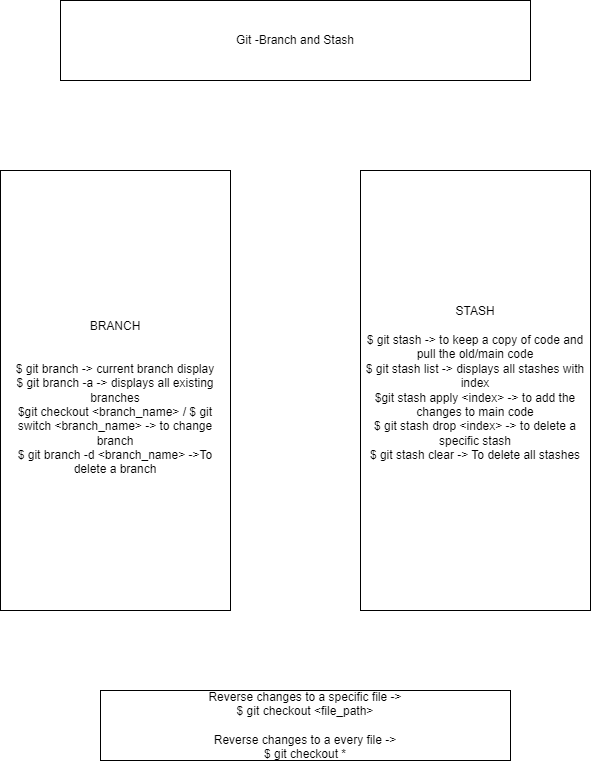
The draw.io diagram GitBash Part2.drawio.png in instructorLikith/MicroDegree, before a commit. Source tidied: cells renumbered, new cells last; positions are measured from the earlier drawing's top-left corner, leaving out a move shared by most shapes.
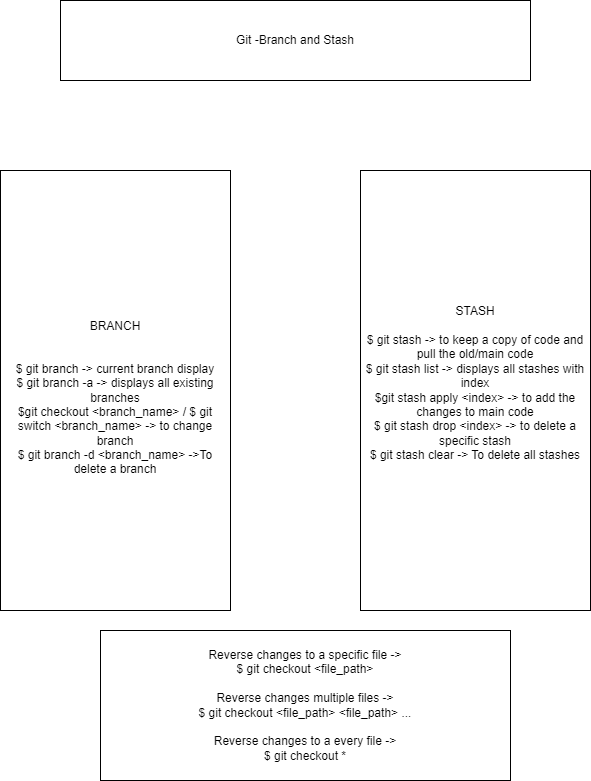
Above is the later version.

Commit message:
Git bash commands - branch and stash png

What changed in the source:
```diff
@@ -11,8 +11,8 @@
     <mxCell id="4" value="STASH&lt;div&gt;&lt;br&gt;&lt;/div&gt;&lt;div&gt;$ git stash -&amp;gt; to keep a copy of code and pull the old/main code&lt;/div&gt;&lt;div&gt;$ git stash list -&amp;gt; displays all stashes with index&lt;/div&gt;&lt;div&gt;$git stash apply &amp;lt;index&amp;gt; -&amp;gt; to add the changes to main code&lt;/div&gt;&lt;div&gt;$ git stash drop &amp;lt;index&amp;gt; -&amp;gt; to delete a specific stash&lt;/div&gt;&lt;div&gt;$ git stash clear -&amp;gt; To delete all stashes&lt;/div&gt;&lt;div&gt;&lt;br&gt;&lt;/div&gt;" style="rounded=0;whiteSpace=wrap;html=1;" parent="1" vertex="1">
       <mxGeometry x="360" y="170" width="230" height="440" as="geometry" />
     </mxCell>
-    <mxCell id="5" value="Reverse changes to a specific file -&amp;gt;&lt;br&gt;$ git checkout &amp;lt;file_path&amp;gt;&lt;div&gt;&lt;br&gt;&lt;/div&gt;&lt;div&gt;Reverse changes to a every file -&amp;gt;&lt;br&gt;$ git checkout *&lt;br&gt;&lt;/div&gt;" style="rounded=0;whiteSpace=wrap;html=1;" parent="1" vertex="1">
-      <mxGeometry x="100" y="690" width="410" height="70" as="geometry" />
+    <mxCell id="5" value="Reverse changes to a specific file -&amp;gt;&lt;br&gt;$ git checkout &amp;lt;file_path&amp;gt;&lt;div&gt;&lt;br&gt;&lt;div&gt;Reverse changes multiple files -&amp;gt;&lt;br&gt;$ git checkout &amp;lt;file_path&amp;gt; &amp;lt;file_path&amp;gt; ...&lt;br&gt;&lt;div&gt;&lt;br&gt;&lt;/div&gt;&lt;div&gt;Reverse changes to a every file -&amp;gt;&lt;br&gt;$ git checkout *&lt;br&gt;&lt;/div&gt;&lt;/div&gt;&lt;/div&gt;" style="rounded=0;whiteSpace=wrap;html=1;" parent="1" vertex="1">
+      <mxGeometry x="100" y="630" width="410" height="150" as="geometry" />
     </mxCell>
   </root>
 </mxGraphModel>
```
